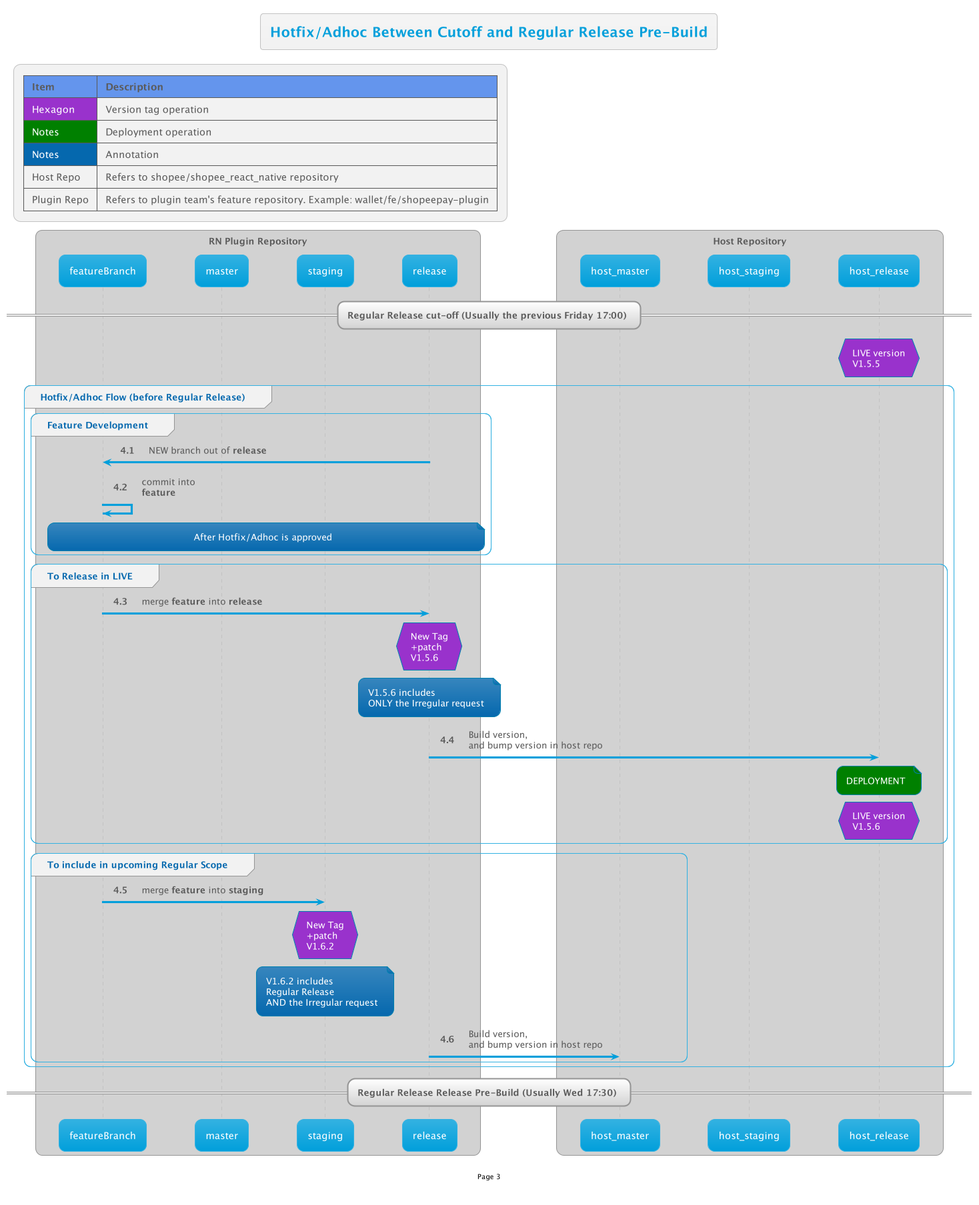
Before: out/RNReview/CodeMergeFlow/3/3.png, a diagram exported from PlantUML (thetomitomo/diagrams). Source of this version:
```plantuml
@startuml

!$AutonumStart = 4
!include __init__

title Hotfix/Adhoc Between Cutoff and Regular Release Pre-Build

== Regular Release cut-off (Usually the previous Friday 17:00) ==

autonumber $AutonumStart.1

hnote over host_release #DarkOrchid: LIVE version\nV1.5.5

group Hotfix/Adhoc Flow (before Regular Release)
    group Feature Development
        release -> FB: NEW branch out of <b>release</b>

        FB -> FB: commit into\n<b>feature</b>

        note over FB,release: After Hotfix/Adhoc is approved
    end

    group To Release in LIVE
        FB -> release: merge <b>feature</b> into <b>release</b>
        hnote over release #DarkOrchid:New Tag\n+patch\nV1.5.6
        note over release: V1.5.6 includes\nONLY the Irregular request

        release -> host_release: Build version,\nand bump version in host repo
        note over host_release #Green: DEPLOYMENT
        hnote over host_release #DarkOrchid: LIVE version\nV1.5.6
    end

    group To include in upcoming Regular Scope
        FB -> staging: merge <b>feature</b> into <b>staging</b>
        hnote over staging #DarkOrchid:New Tag\n+patch\nV1.6.2
        note over staging: V1.6.2 includes\nRegular Release\nAND the Irregular request

        release -> host_master: Build version,\nand bump version in host repo
    end
end

== Regular Release Release Pre-Build (Usually Wed 17:30) ==

@enduml
```
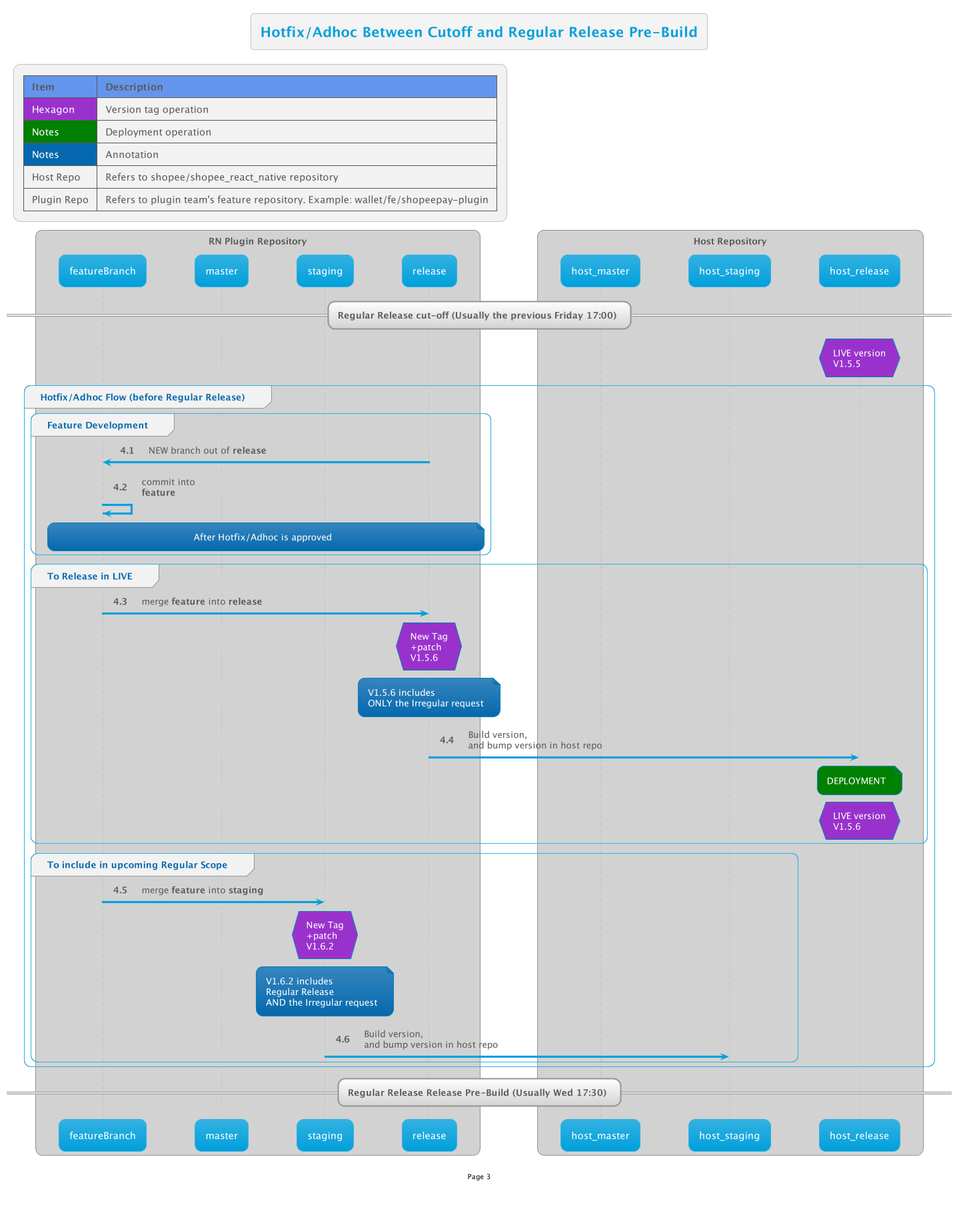
The same diagram one commit later.

What changed in the source:
```diff
@@ -35,7 +35,7 @@
         hnote over staging #DarkOrchid:New Tag\n+patch\nV1.6.2
         note over staging: V1.6.2 includes\nRegular Release\nAND the Irregular request
 
-        release -> host_master: Build version,\nand bump version in host repo
+        staging -> host_staging: Build version,\nand bump version in host repo
     end
 end
 
```
